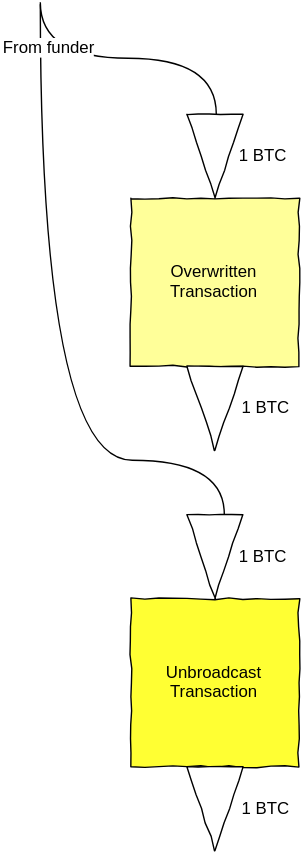
This is Transaction_Types3.svg from PayChan/bitcoin-payment-channels-taxonomy, a draw.io export, as it was before one commit. Source tidied: cells renumbered, new cells last; positions are measured from the earlier drawing's top-left corner, leaving out a move shared by most shapes.
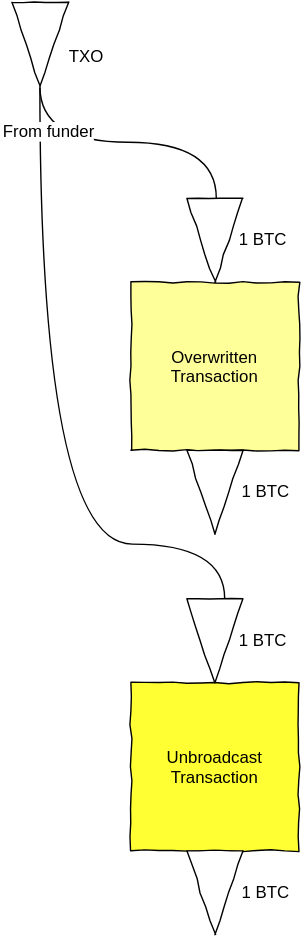
After the change.

The edit, as a diff of the source:
```diff
@@ -4,8 +4,8 @@
     <mxCell id="1" parent="0" />
     <mxCell id="2" style="endArrow=none;html=1;edgeStyle=orthogonalEdgeStyle;endFill=0;curved=1;entryX=0;entryY=0.5;" parent="1" edge="1">
       <mxGeometry x="807" y="1474" as="geometry">
-        <mxPoint x="0.3" y="1.4" as="sourcePoint" />
-        <mxPoint x="131.7" y="365.7" as="targetPoint" />
+        <mxPoint y="1" as="sourcePoint" />
+        <mxPoint x="132" y="366" as="targetPoint" />
         <Array as="points">
           <mxPoint y="327" />
           <mxPoint x="132" y="327" />
@@ -23,7 +23,7 @@
     </mxCell>
     <mxCell id="6" style="endArrow=none;html=1;edgeStyle=orthogonalEdgeStyle;entryX=0;entryY=0.5;endFill=0;curved=1;" parent="1" edge="1">
       <mxGeometry x="765" y="1219" as="geometry">
-        <mxPoint x="0.3" as="sourcePoint" />
+        <mxPoint as="sourcePoint" />
         <mxPoint x="126" y="80" as="targetPoint" />
         <Array as="points">
           <mxPoint y="40" />
@@ -37,7 +37,7 @@
       </mxGeometry>
     </mxCell>
     <mxCell id="8" value="From funder" style="text;html=1;align=center;verticalAlign=middle;labelBackgroundColor=#ffffff;" parent="1" vertex="1">
-      <mxGeometry x="6.1" y="31" as="geometry">
+      <mxGeometry x="6" y="31" as="geometry">
         <mxPoint x="-57" y="-9" as="offset" />
       </mxGeometry>
     </mxCell>
@@ -62,5 +62,11 @@
     <mxCell id="15" value="1 BTC" style="text;html=1;strokeColor=none;fillColor=none;align=center;verticalAlign=middle;whiteSpace=wrap;overflow=hidden;comic=1;" parent="1" vertex="1">
       <mxGeometry x="137" y="555" width="48" height="39" as="geometry" />
     </mxCell>
+    <mxCell id="16" style="triangle;whiteSpace=wrap;html=1;comic=1;rotation=90;" parent="1" vertex="1">
+      <mxGeometry x="-30" y="-50" width="60" height="40" as="geometry" />
+    </mxCell>
+    <mxCell id="17" value="TXO" style="text;html=1;strokeColor=none;fillColor=none;align=center;verticalAlign=middle;whiteSpace=wrap;overflow=hidden;comic=1;" parent="1" vertex="1">
+      <mxGeometry x="12" y="-42" width="42" height="39" as="geometry" />
+    </mxCell>
   </root>
 </mxGraphModel>
```
